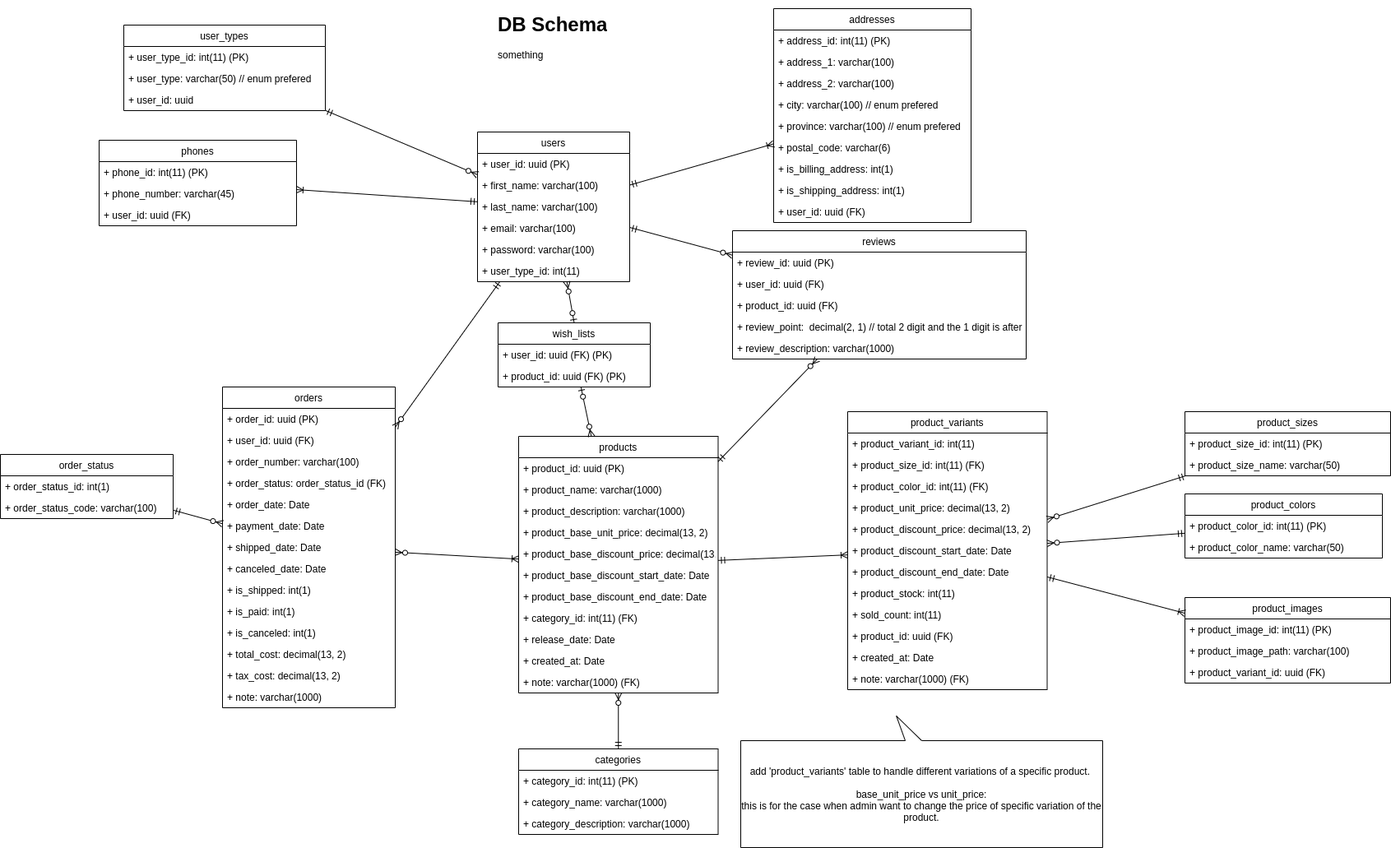
Before: db-design.png, a diagram exported from draw.io (stsiwo/e-commerce-starter-kits). Source tidied: cells renumbered, new cells last; positions are measured from the earlier drawing's top-left corner, leaving out a move shared by most shapes.
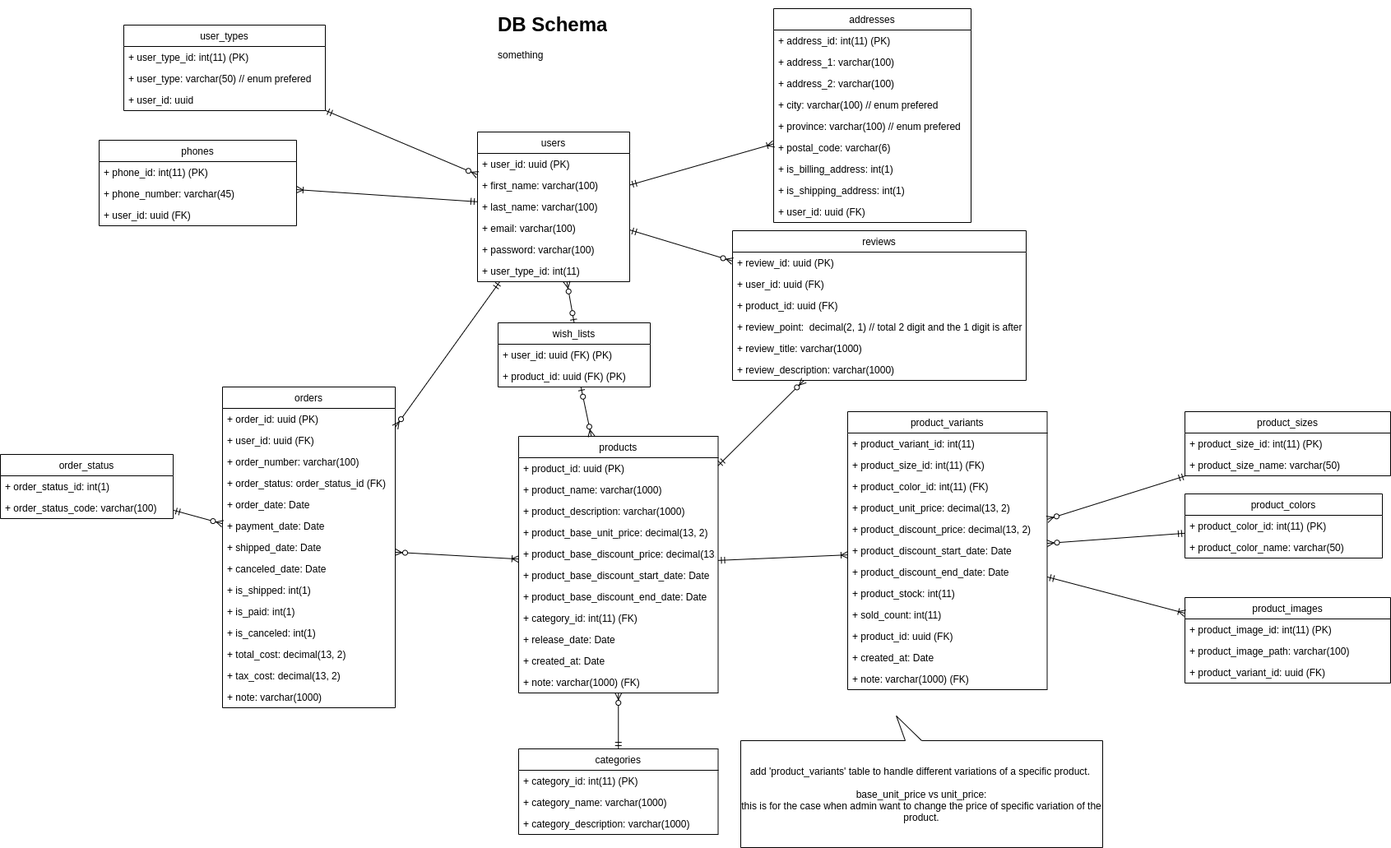
The same diagram one commit later.

Change to the diagram source:
```diff
@@ -246,7 +246,7 @@
       <mxGeometry y="52" width="185" height="26" as="geometry" />
     </mxCell>
     <mxCell id="83" value="reviews" style="swimlane;fontStyle=0;horizontal=1;startSize=26;fillColor=none;" parent="1" vertex="1">
-      <mxGeometry x="890" y="270" width="357" height="156" as="geometry" />
+      <mxGeometry x="890" y="270" width="357" height="182" as="geometry" />
     </mxCell>
     <mxCell id="84" value="+ review_id: uuid (PK)" style="text;strokeColor=none;fillColor=none;align=left;verticalAlign=top;spacingLeft=4;spacingRight=4;overflow=hidden;" parent="83" vertex="1">
       <mxGeometry y="26" width="357" height="26" as="geometry" />
@@ -260,8 +260,11 @@
     <mxCell id="87" value="+ review_point:  decimal(2, 1) // total 2 digit and the 1 digit is after dot " style="text;strokeColor=none;fillColor=none;align=left;verticalAlign=top;spacingLeft=4;spacingRight=4;overflow=hidden;" parent="83" vertex="1">
       <mxGeometry y="104" width="357" height="26" as="geometry" />
     </mxCell>
+    <mxCell id="110" value="+ review_title: varchar(1000)" style="text;strokeColor=none;fillColor=none;align=left;verticalAlign=top;spacingLeft=4;spacingRight=4;overflow=hidden;" parent="83" vertex="1">
+      <mxGeometry y="130" width="357" height="26" as="geometry" />
+    </mxCell>
     <mxCell id="88" value="+ review_description: varchar(1000)" style="text;strokeColor=none;fillColor=none;align=left;verticalAlign=top;spacingLeft=4;spacingRight=4;overflow=hidden;" parent="83" vertex="1">
-      <mxGeometry y="130" width="357" height="26" as="geometry" />
+      <mxGeometry y="156" width="357" height="26" as="geometry" />
     </mxCell>
     <mxCell id="89" value="product_images" style="swimlane;fontStyle=0;horizontal=1;startSize=26;fillColor=none;" parent="1" vertex="1">
       <mxGeometry x="1440" y="716" width="250" height="104" as="geometry" />
```
